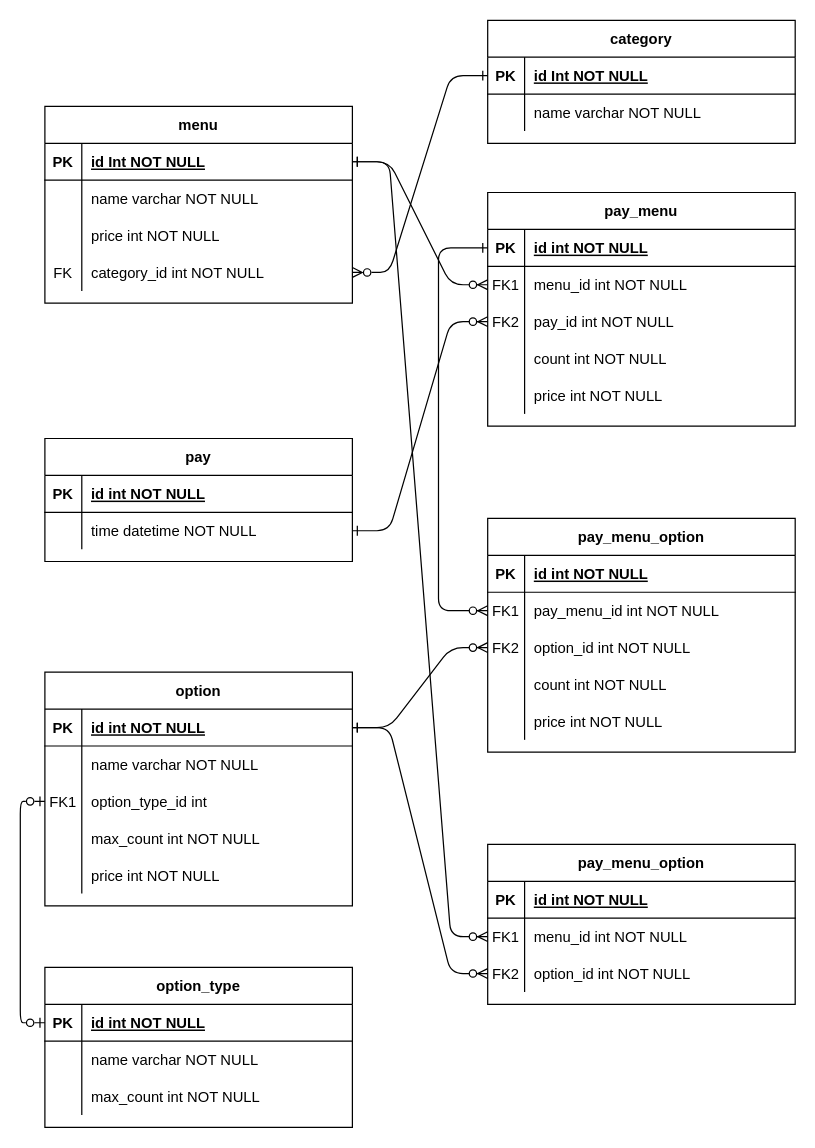
Above: 1차 DB ERD.drawio in AII-the-time/design-document (draw.io), before the change. Source tidied: cells renumbered, new cells numbered last; positions are measured from the earlier drawing's top-left corner, leaving out a move shared by most shapes. Both pictures are drawn from the tidied source at 123%, with x=0, y=0 at pixel (44, 20).
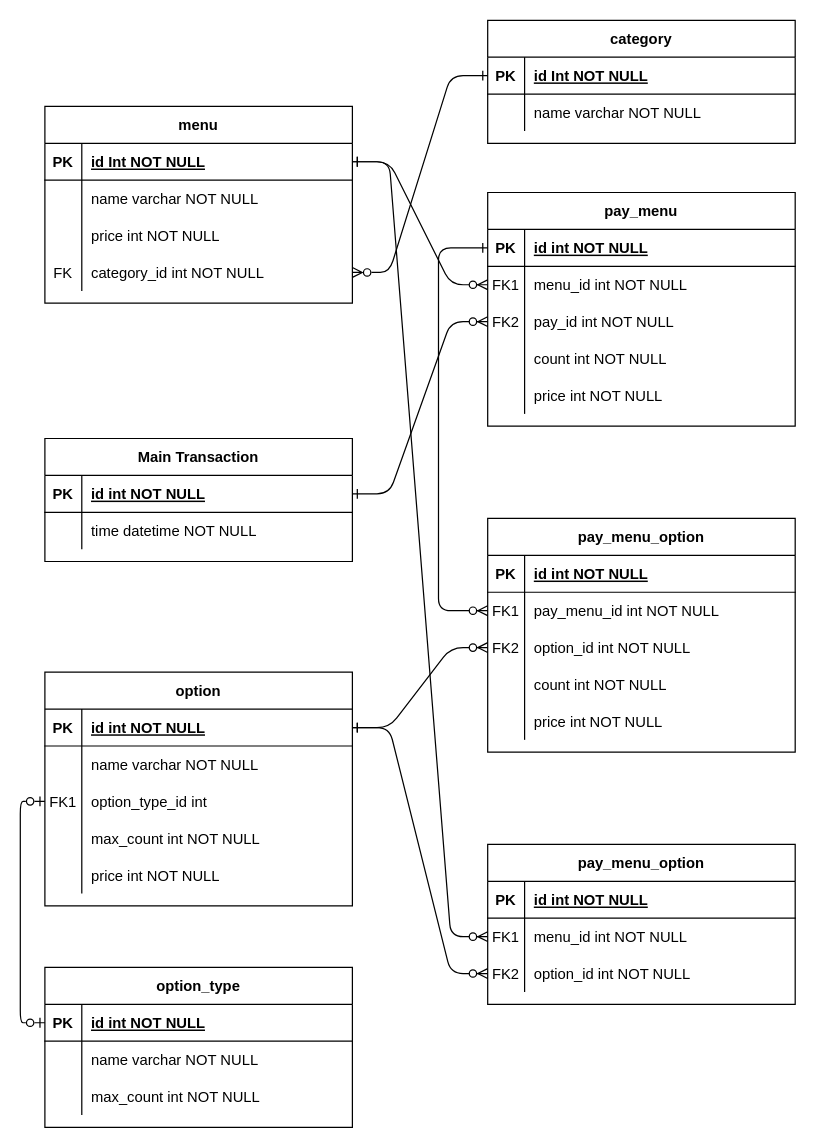
The same page after the edit.

Commit message:
1차 DB ERD.drawio 업데이트

Unchanged cells that the change refers to:
```xml
<mxCell id="10" style="shape=partialRectangle;fillColor=none;points=[[0,0.5],[1,0.5]];portConstraint=eastwest;top=0;left=0;right=0;bottom=0;" parent="3" vertex="1">
  <mxGeometry y="90" width="250" height="30" as="geometry" />
</mxCell>
<mxCell id="20" style="shape=partialRectangle;fillColor=none;points=[[0,0.5],[1,0.5]];portConstraint=eastwest;top=0;left=0;right=0;bottom=1;" parent="19" vertex="1">
  <mxGeometry y="30" width="250" height="30" as="geometry" />
</mxCell>
<mxCell id="23" style="shape=partialRectangle;fillColor=none;points=[[0,0.5],[1,0.5]];portConstraint=eastwest;top=0;left=0;right=0;bottom=0;" parent="19" vertex="1">
  <mxGeometry y="60" width="250" height="30" as="geometry" />
</mxCell>
```

Change to the diagram source:
```diff
@@
-    <mxCell id="19" value="pay" style="shape=table;startSize=30;childLayout=tableLayout;rowLines=0;fontStyle=1;align=center;" parent="1" vertex="1">
+    <mxCell id="19" value="Main Transaction" style="shape=table;startSize=30;childLayout=tableLayout;rowLines=0;fontStyle=1;align=center;" parent="1" vertex="1">
       <mxGeometry y="340" width="250" height="100" as="geometry" />
     </mxCell>
@@
-    <mxCell id="39" style="edgeStyle=entityRelationEdgeStyle;endArrow=ERzeroToMany;startArrow=ERone;endFill=1;startFill=0;entryX=0;entryY=0.5;entryDx=0;entryDy=0;" parent="1" edge="1" source="23" target="10">
+    <mxCell id="39" style="edgeStyle=entityRelationEdgeStyle;endArrow=ERzeroToMany;startArrow=ERone;endFill=1;startFill=0;entryX=0;entryY=0.5;entryDx=0;entryDy=0;exitX=1;exitY=0.5;exitDx=0;exitDy=0;" parent="1" edge="1" source="20" target="10">
       <mxGeometry relative="1" as="geometry" />
     </mxCell>
```
